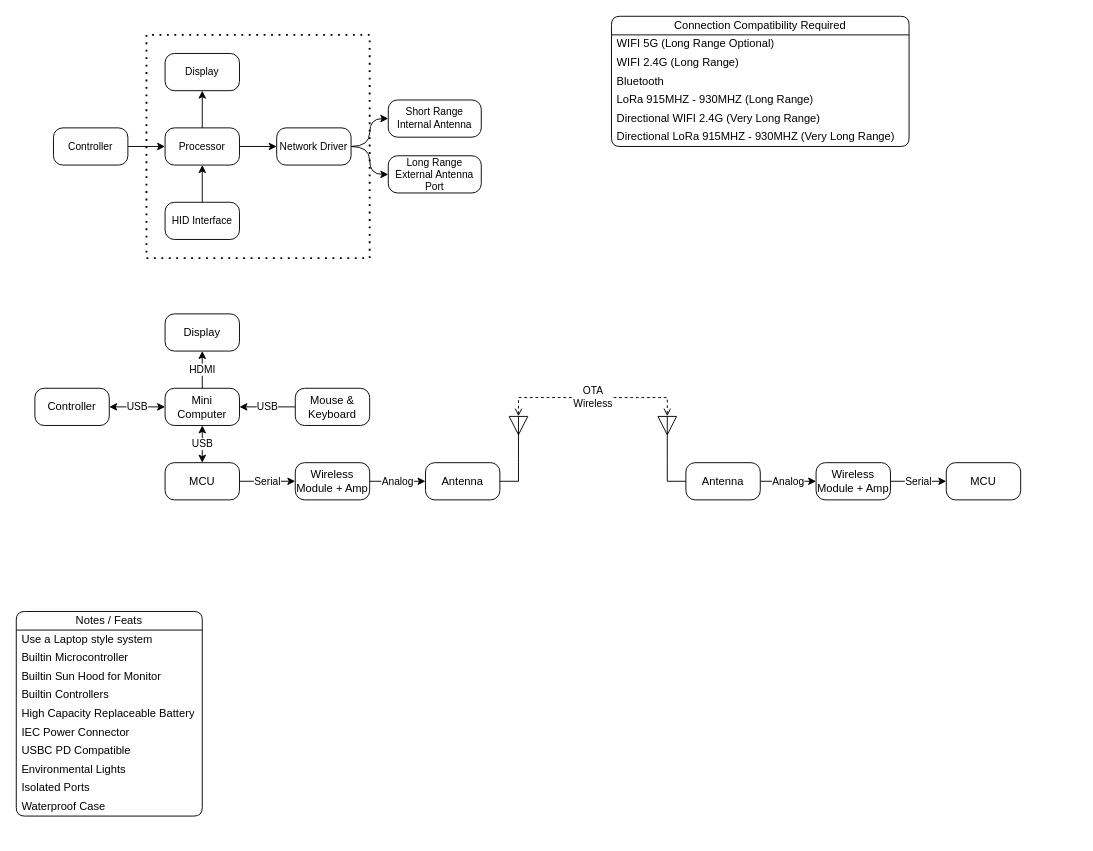
Above: page "Brainstorm" (2 of 3) of Documents/Diagram.drawio in Ornithopter-Project/Base-Station (draw.io), before the change. Source tidied: cells renumbered, new cells numbered last; positions are measured from the earlier drawing's top-left corner, leaving out a move shared by most shapes. Both pictures are drawn from the tidied source at 93%, with x=0, y=0 at pixel (16, 16).
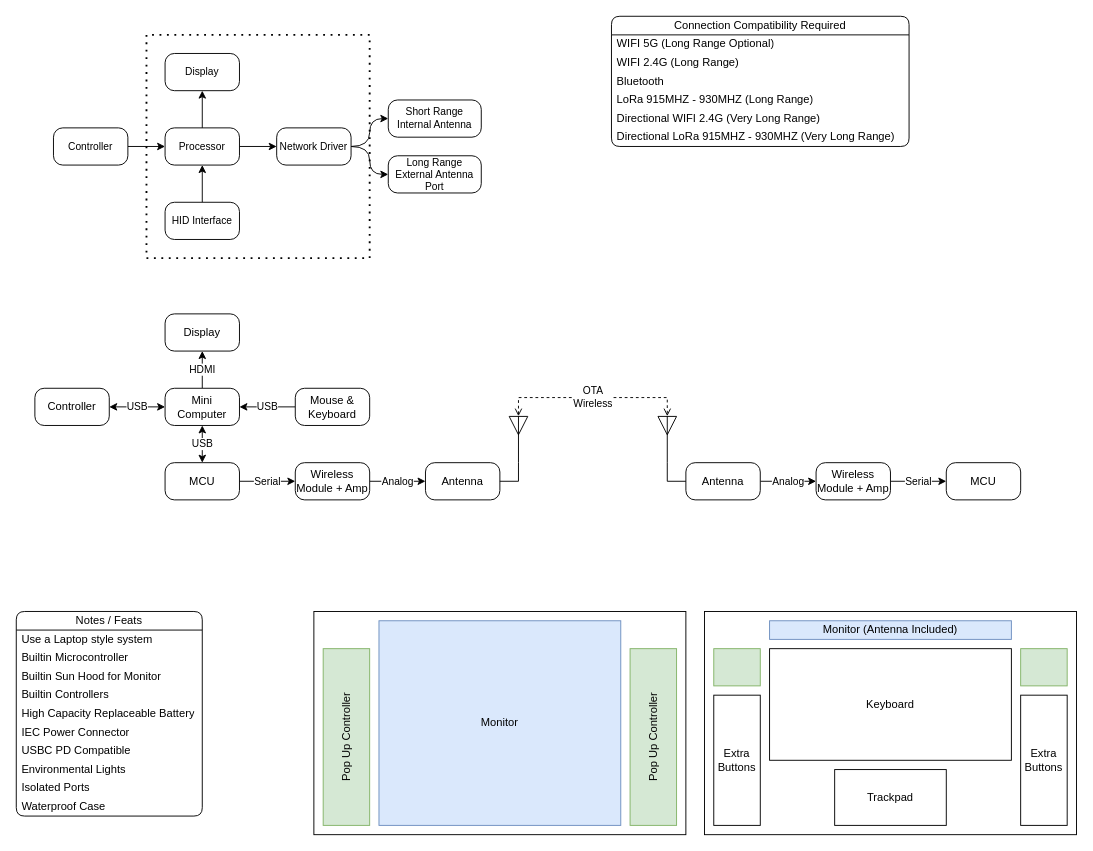
Above is the later version.

Commit message:
Added Base station layout idea

The edit, as a diff of the source:
```diff
@@
+    <mxCell id="57" style="rounded=0;whiteSpace=wrap;html=1;" parent="1" vertex="1">
+      <mxGeometry x="320" y="640" width="400" height="240" as="geometry" />
+    </mxCell>
+    <mxCell id="58" value="Pop Up Controller" style="rounded=0;whiteSpace=wrap;html=1;horizontal=0;fillColor=#d5e8d4;strokeColor=#82b366;" parent="1" vertex="1">
+      <mxGeometry x="330" y="680" width="50" height="190" as="geometry" />
+    </mxCell>
+    <mxCell id="59" value="Monitor" style="rounded=0;whiteSpace=wrap;html=1;fillColor=#dae8fc;strokeColor=#6c8ebf;" parent="1" vertex="1">
+      <mxGeometry x="390" y="650" width="260" height="220" as="geometry" />
+    </mxCell>
+    <mxCell id="60" value="Pop Up Controller" style="rounded=0;whiteSpace=wrap;html=1;horizontal=0;fillColor=#d5e8d4;strokeColor=#82b366;" parent="1" vertex="1">
+      <mxGeometry x="660" y="680" width="50" height="190" as="geometry" />
+    </mxCell>
+    <mxCell id="61" style="rounded=0;whiteSpace=wrap;html=1;" parent="1" vertex="1">
+      <mxGeometry x="740" y="640" width="400" height="240" as="geometry" />
+    </mxCell>
+    <mxCell id="62" style="rounded=0;whiteSpace=wrap;html=1;horizontal=0;fillColor=#d5e8d4;strokeColor=#82b366;" parent="1" vertex="1">
+      <mxGeometry x="750" y="680" width="50" height="40" as="geometry" />
+    </mxCell>
+    <mxCell id="63" value="Monitor (Antenna Included)" style="rounded=0;whiteSpace=wrap;html=1;fillColor=#dae8fc;strokeColor=#6c8ebf;" parent="1" vertex="1">
+      <mxGeometry x="810" y="650" width="260" height="20" as="geometry" />
+    </mxCell>
+    <mxCell id="64" style="rounded=0;whiteSpace=wrap;html=1;horizontal=0;fillColor=#d5e8d4;strokeColor=#82b366;" parent="1" vertex="1">
+      <mxGeometry x="1080" y="680" width="50" height="40" as="geometry" />
+    </mxCell>
+    <mxCell id="65" value="Extra Buttons" style="rounded=0;whiteSpace=wrap;html=1;" parent="1" vertex="1">
+      <mxGeometry x="750" y="730" width="50" height="140" as="geometry" />
+    </mxCell>
+    <mxCell id="66" value="Extra Buttons" style="rounded=0;whiteSpace=wrap;html=1;" parent="1" vertex="1">
+      <mxGeometry x="1080" y="730" width="50" height="140" as="geometry" />
+    </mxCell>
+    <mxCell id="67" value="Keyboard" style="rounded=0;whiteSpace=wrap;html=1;" parent="1" vertex="1">
+      <mxGeometry x="810" y="680" width="260" height="120" as="geometry" />
+    </mxCell>
+    <mxCell id="68" value="Trackpad" style="rounded=0;whiteSpace=wrap;html=1;" parent="1" vertex="1">
+      <mxGeometry x="880" y="810" width="120" height="60" as="geometry" />
+    </mxCell>
```
